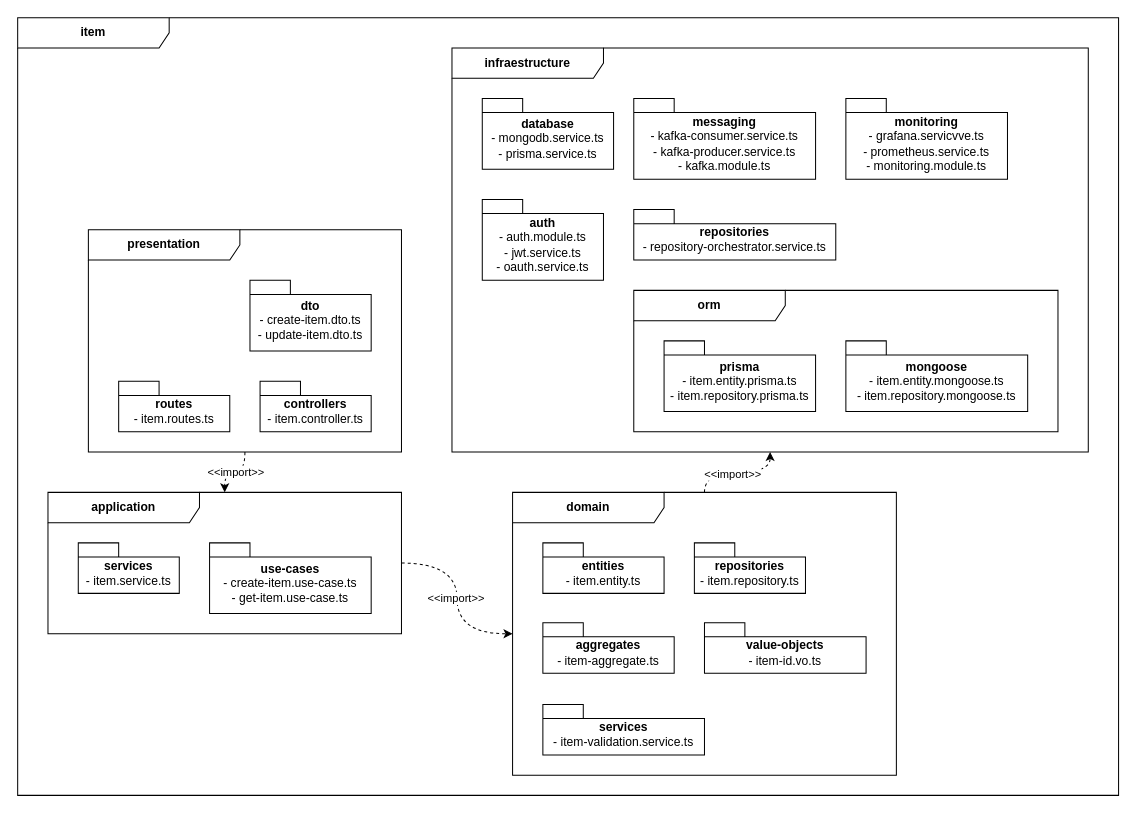
IxyzDev/nestjs-ddd-hexagonal keeps this draw.io diagram as page "paquetes" (3 of 5) of docs/diseños/diagrams/02-lógico.drawio. Above is the earlier version. Source tidied: cells renumbered, new cells numbered last; positions are measured from the earlier drawing's top-left corner, leaving out a move shared by most shapes. Both pictures are drawn from the tidied source at 101%, with x=0, y=0 at pixel (17, 17).
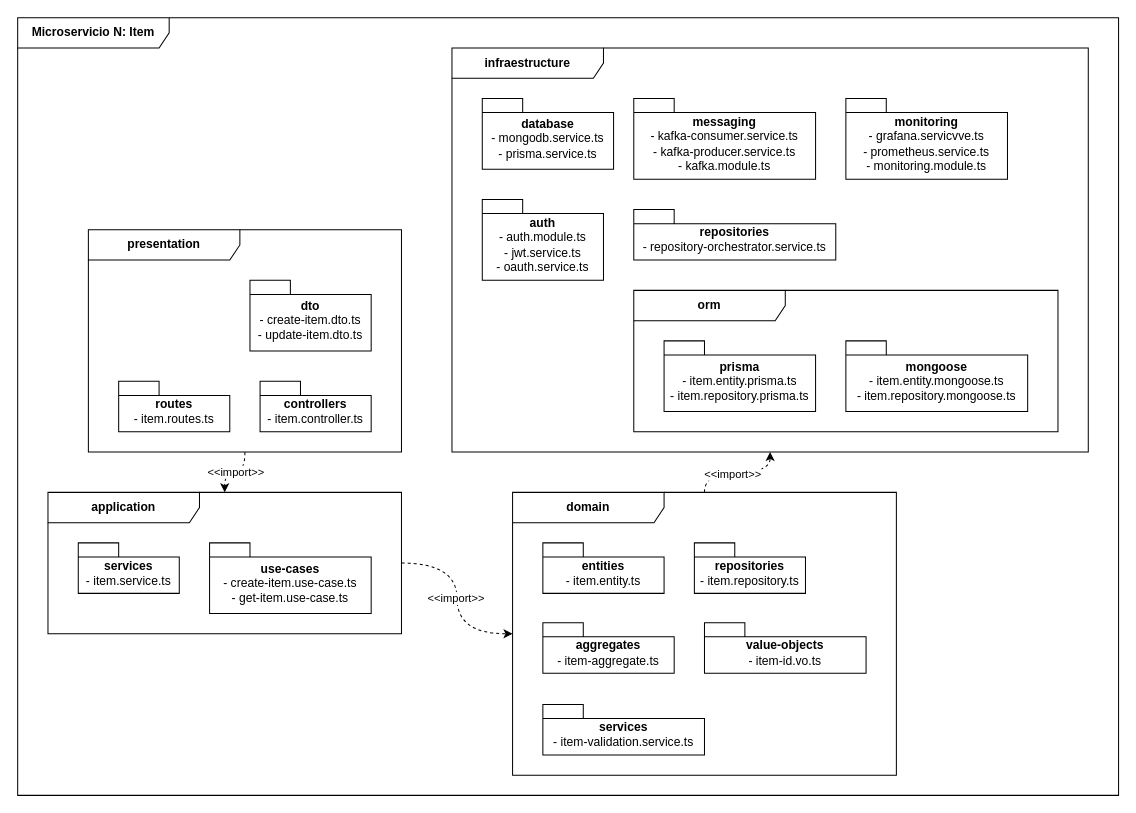
The same page after the edit.

Change to the diagram source:
```diff
@@
-    <mxCell id="2" value="&lt;span style=&quot;font-weight: 700;&quot;&gt;item&lt;/span&gt;" style="shape=umlFrame;whiteSpace=wrap;html=1;width=150;height=30;" parent="1" vertex="1">
+    <mxCell id="2" value="&lt;span style=&quot;font-weight: 700;&quot;&gt;Microservicio N: Item&lt;/span&gt;" style="shape=umlFrame;whiteSpace=wrap;html=1;width=150;height=30;" parent="1" vertex="1">
       <mxGeometry width="1090" height="770" as="geometry" />
     </mxCell>
```
